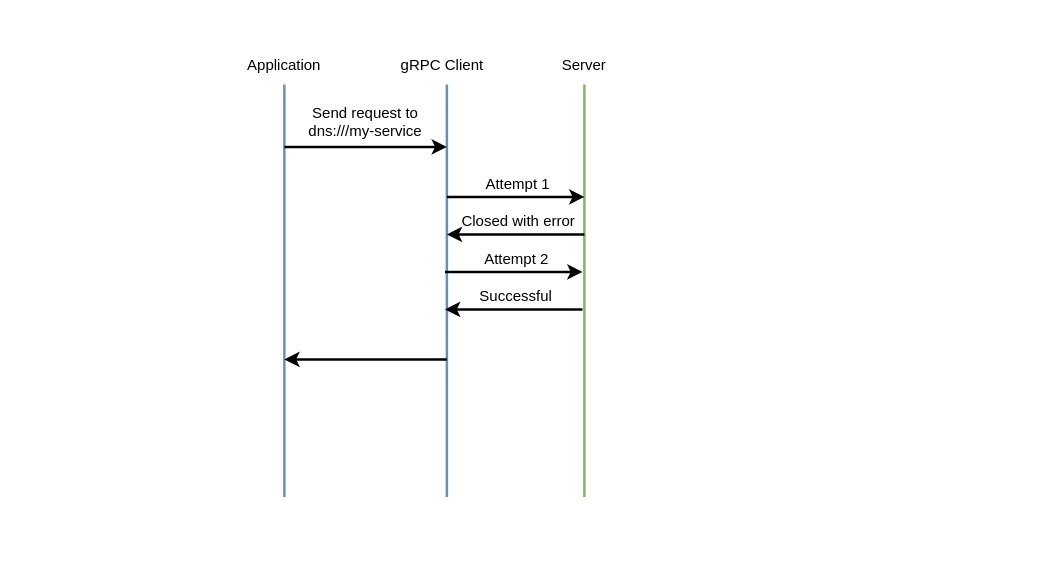
Earlier version of the draw.io diagram Drafts/grpc-retry.drawio (xrysamuel/my-drawio). Source tidied: cells renumbered, new cells numbered last; positions are measured from the earlier drawing's top-left corner, leaving out a move shared by most shapes. Both pictures are drawn from the tidied source at 125%, with x=0, y=0 at pixel (246, 46).
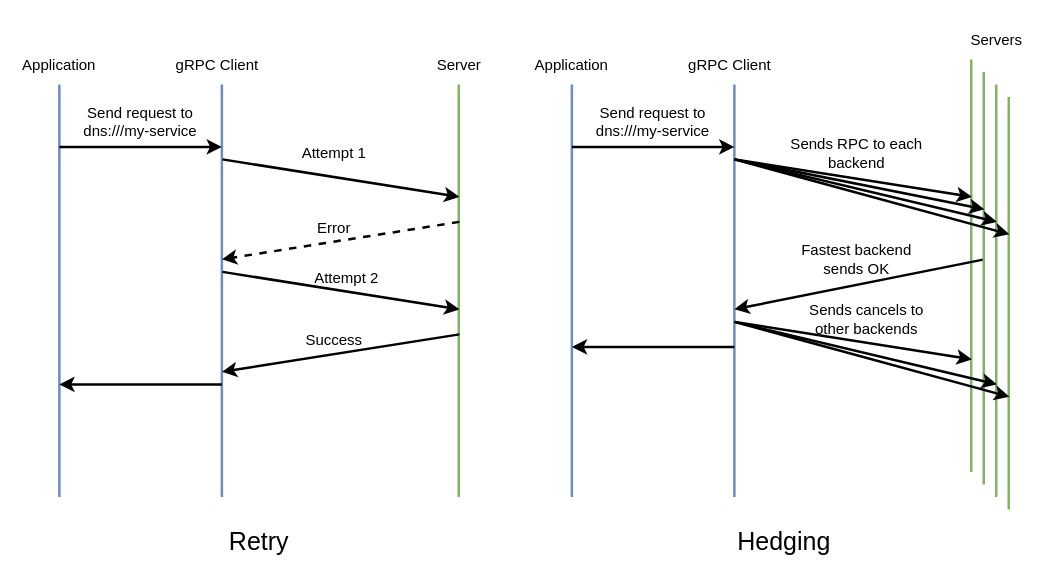
After the change.

The edit, as a diff of the source:
```diff
@@
     <mxCell id="2" style="endArrow=none;html=1;rounded=0;fillColor=#dae8fc;strokeColor=#6c8ebf;strokeWidth=2;" parent="1" edge="1">
       <mxGeometry relative="1" as="geometry">
-        <mxPoint x="160" y="360" as="sourcePoint" />
-        <mxPoint x="160" y="30" as="targetPoint" />
+        <mxPoint x="-20" y="360" as="sourcePoint" />
+        <mxPoint x="-20" y="30" as="targetPoint" />
       </mxGeometry>
     </mxCell>
     <mxCell id="3" style="endArrow=none;html=1;rounded=0;fillColor=#d5e8d4;strokeColor=#82b366;strokeWidth=2;" parent="1" edge="1">
       <mxGeometry relative="1" as="geometry">
-        <mxPoint x="270" y="360" as="sourcePoint" />
-        <mxPoint x="270" y="30" as="targetPoint" />
+        <mxPoint x="169.5" y="360" as="sourcePoint" />
+        <mxPoint x="169.5" y="30" as="targetPoint" />
       </mxGeometry>
     </mxCell>
     <mxCell id="4" style="endArrow=classic;html=1;rounded=0;strokeWidth=2;" parent="1" edge="1">
       <mxGeometry relative="1" as="geometry">
-        <mxPoint x="160" y="120" as="sourcePoint" />
-        <mxPoint x="270" y="120" as="targetPoint" />
+        <mxPoint x="-19.5" y="90" as="sourcePoint" />
+        <mxPoint x="170" y="120" as="targetPoint" />
       </mxGeometry>
     </mxCell>
     <mxCell id="5" value="gRPC Client" style="text;html=1;align=center;verticalAlign=middle;whiteSpace=wrap;rounded=0;strokeWidth=2;" parent="1" vertex="1">
-      <mxGeometry x="110" width="93" height="30" as="geometry" />
+      <mxGeometry x="-70" width="93" height="30" as="geometry" />
     </mxCell>
-    <mxCell id="6" value="Attempt 1" style="text;html=1;align=center;verticalAlign=middle;whiteSpace=wrap;rounded=0;" parent="1" vertex="1">
-      <mxGeometry x="187" y="100" width="60" height="20" as="geometry" />
-    </mxCell>
     <mxCell id="7" value="Server" style="text;html=1;align=center;verticalAlign=middle;whiteSpace=wrap;rounded=0;" parent="1" vertex="1">
-      <mxGeometry x="240" width="60" height="30" as="geometry" />
+      <mxGeometry x="140" width="60" height="30" as="geometry" />
     </mxCell>
     <mxCell id="8" style="endArrow=none;html=1;rounded=0;fillColor=#dae8fc;strokeColor=#6c8ebf;strokeWidth=2;" parent="1" edge="1">
       <mxGeometry relative="1" as="geometry">
-        <mxPoint x="30" y="360" as="sourcePoint" />
-        <mxPoint x="30" y="30" as="targetPoint" />
+        <mxPoint x="-150" y="360" as="sourcePoint" />
+        <mxPoint x="-150" y="30" as="targetPoint" />
       </mxGeometry>
     </mxCell>
     <mxCell id="9" value="Application" style="text;html=1;align=center;verticalAlign=middle;whiteSpace=wrap;rounded=0;strokeWidth=2;" parent="1" vertex="1">
-      <mxGeometry width="60" height="30" as="geometry" />
+      <mxGeometry x="-180" width="60" height="30" as="geometry" />
     </mxCell>
     <mxCell id="10" style="endArrow=classic;html=1;rounded=0;strokeWidth=2;" parent="1" edge="1">
       <mxGeometry relative="1" as="geometry">
-        <mxPoint x="30" y="80" as="sourcePoint" />
-        <mxPoint x="160" y="80" as="targetPoint" />
+        <mxPoint x="-150" y="80" as="sourcePoint" />
+        <mxPoint x="-20" y="80" as="targetPoint" />
       </mxGeometry>
     </mxCell>
-    <mxCell id="11" style="endArrow=classic;html=1;rounded=0;strokeWidth=2;" parent="1" edge="1">
+    <mxCell id="11" style="endArrow=classic;html=1;rounded=0;strokeWidth=2;dashed=1;" parent="1" edge="1">
       <mxGeometry relative="1" as="geometry">
-        <mxPoint x="270" y="150" as="sourcePoint" />
-        <mxPoint x="160" y="150" as="targetPoint" />
+        <mxPoint x="170" y="140" as="sourcePoint" />
+        <mxPoint x="-20" y="170" as="targetPoint" />
       </mxGeometry>
     </mxCell>
-    <mxCell id="12" value="Closed with error" style="text;html=1;align=center;verticalAlign=middle;whiteSpace=wrap;rounded=0;" parent="1" vertex="1">
-      <mxGeometry x="165.5" y="130" width="103" height="20" as="geometry" />
-    </mxCell>
-    <mxCell id="13" style="endArrow=classic;html=1;rounded=0;strokeWidth=2;" parent="1" edge="1">
-      <mxGeometry relative="1" as="geometry">
-        <mxPoint x="158.5" y="180" as="sourcePoint" />
-        <mxPoint x="268.5" y="180" as="targetPoint" />
-      </mxGeometry>
-    </mxCell>
-    <mxCell id="14" value="Attempt 2" style="text;html=1;align=center;verticalAlign=middle;whiteSpace=wrap;rounded=0;" parent="1" vertex="1">
-      <mxGeometry x="185.5" y="160" width="60" height="20" as="geometry" />
-    </mxCell>
-    <mxCell id="15" style="endArrow=classic;html=1;rounded=0;strokeWidth=2;" parent="1" edge="1">
-      <mxGeometry relative="1" as="geometry">
-        <mxPoint x="268.5" y="210" as="sourcePoint" />
-        <mxPoint x="158.5" y="210" as="targetPoint" />
-      </mxGeometry>
-    </mxCell>
-    <mxCell id="16" value="Successful" style="text;html=1;align=center;verticalAlign=middle;whiteSpace=wrap;rounded=0;" parent="1" vertex="1">
-      <mxGeometry x="164" y="190" width="103" height="20" as="geometry" />
-    </mxCell>
     <mxCell id="17" value="Send request to&lt;div&gt;dns:///my-service&lt;/div&gt;" style="text;html=1;align=center;verticalAlign=middle;whiteSpace=wrap;rounded=0;" parent="1" vertex="1">
-      <mxGeometry x="40" y="50" width="110" height="20" as="geometry" />
+      <mxGeometry x="-140" y="50" width="110" height="20" as="geometry" />
     </mxCell>
     <mxCell id="18" style="endArrow=classic;html=1;rounded=0;strokeWidth=2;" parent="1" edge="1">
       <mxGeometry relative="1" as="geometry">
-        <mxPoint x="160" y="250" as="sourcePoint" />
-        <mxPoint x="30" y="250" as="targetPoint" />
+        <mxPoint x="-20" y="270" as="sourcePoint" />
+        <mxPoint x="-150" y="270" as="targetPoint" />
       </mxGeometry>
     </mxCell>
+    <mxCell id="19" style="endArrow=classic;html=1;rounded=0;strokeWidth=2;" parent="1" edge="1">
+      <mxGeometry relative="1" as="geometry">
+        <mxPoint x="-19.5" y="180" as="sourcePoint" />
+        <mxPoint x="170" y="210" as="targetPoint" />
+      </mxGeometry>
+    </mxCell>
+    <mxCell id="20" style="endArrow=classic;html=1;rounded=0;strokeWidth=2;" parent="1" edge="1">
+      <mxGeometry relative="1" as="geometry">
+        <mxPoint x="170" y="230" as="sourcePoint" />
+        <mxPoint x="-20" y="260" as="targetPoint" />
+      </mxGeometry>
+    </mxCell>
+    <mxCell id="6" value="Attempt 1" style="text;html=1;align=center;verticalAlign=middle;whiteSpace=wrap;rounded=0;" parent="1" vertex="1">
+      <mxGeometry x="40" y="70" width="60" height="30" as="geometry" />
+    </mxCell>
+    <mxCell id="21" value="Error" style="text;html=1;align=center;verticalAlign=middle;whiteSpace=wrap;rounded=0;" parent="1" vertex="1">
+      <mxGeometry x="40" y="130" width="60" height="30" as="geometry" />
+    </mxCell>
+    <mxCell id="14" value="Attempt 2" style="text;html=1;align=center;verticalAlign=middle;whiteSpace=wrap;rounded=0;" parent="1" vertex="1">
+      <mxGeometry x="50" y="170" width="60" height="30" as="geometry" />
+    </mxCell>
+    <mxCell id="22" value="Success" style="text;html=1;align=center;verticalAlign=middle;whiteSpace=wrap;rounded=0;" parent="1" vertex="1">
+      <mxGeometry x="40" y="220" width="60" height="30" as="geometry" />
+    </mxCell>
+    <mxCell id="23" style="endArrow=none;html=1;rounded=0;fillColor=#dae8fc;strokeColor=#6c8ebf;strokeWidth=2;" parent="1" edge="1">
+      <mxGeometry relative="1" as="geometry">
+        <mxPoint x="390" y="360" as="sourcePoint" />
+        <mxPoint x="390" y="30" as="targetPoint" />
+      </mxGeometry>
+    </mxCell>
+    <mxCell id="24" style="endArrow=none;html=1;rounded=0;fillColor=#d5e8d4;strokeColor=#82b366;strokeWidth=2;" parent="1" edge="1">
+      <mxGeometry relative="1" as="geometry">
+        <mxPoint x="579.5" y="340" as="sourcePoint" />
+        <mxPoint x="579.5" y="10" as="targetPoint" />
+      </mxGeometry>
+    </mxCell>
+    <mxCell id="25" style="endArrow=classic;html=1;rounded=0;strokeWidth=2;" parent="1" edge="1">
+      <mxGeometry relative="1" as="geometry">
+        <mxPoint x="390.5" y="90" as="sourcePoint" />
+        <mxPoint x="580" y="120" as="targetPoint" />
+      </mxGeometry>
+    </mxCell>
+    <mxCell id="26" value="gRPC Client" style="text;html=1;align=center;verticalAlign=middle;whiteSpace=wrap;rounded=0;strokeWidth=2;" parent="1" vertex="1">
+      <mxGeometry x="340" width="93" height="30" as="geometry" />
+    </mxCell>
+    <mxCell id="27" value="Servers" style="text;html=1;align=center;verticalAlign=middle;whiteSpace=wrap;rounded=0;" parent="1" vertex="1">
+      <mxGeometry x="570" y="-20" width="60" height="30" as="geometry" />
+    </mxCell>
+    <mxCell id="28" style="endArrow=none;html=1;rounded=0;fillColor=#dae8fc;strokeColor=#6c8ebf;strokeWidth=2;" parent="1" edge="1">
+      <mxGeometry relative="1" as="geometry">
+        <mxPoint x="260" y="360" as="sourcePoint" />
+        <mxPoint x="260" y="30" as="targetPoint" />
+      </mxGeometry>
+    </mxCell>
+    <mxCell id="29" value="Application" style="text;html=1;align=center;verticalAlign=middle;whiteSpace=wrap;rounded=0;strokeWidth=2;" parent="1" vertex="1">
+      <mxGeometry x="230" width="60" height="30" as="geometry" />
+    </mxCell>
+    <mxCell id="30" style="endArrow=classic;html=1;rounded=0;strokeWidth=2;" parent="1" edge="1">
+      <mxGeometry relative="1" as="geometry">
+        <mxPoint x="260" y="80" as="sourcePoint" />
+        <mxPoint x="390" y="80" as="targetPoint" />
+      </mxGeometry>
+    </mxCell>
+    <mxCell id="31" value="Send request to&lt;div&gt;dns:///my-service&lt;/div&gt;" style="text;html=1;align=center;verticalAlign=middle;whiteSpace=wrap;rounded=0;" parent="1" vertex="1">
+      <mxGeometry x="270" y="50" width="110" height="20" as="geometry" />
+    </mxCell>
+    <mxCell id="32" style="endArrow=classic;html=1;rounded=0;strokeWidth=2;" parent="1" edge="1">
+      <mxGeometry relative="1" as="geometry">
+        <mxPoint x="390" y="240" as="sourcePoint" />
+        <mxPoint x="260" y="240" as="targetPoint" />
+      </mxGeometry>
+    </mxCell>
+    <mxCell id="33" style="endArrow=classic;html=1;rounded=0;strokeWidth=2;" parent="1" edge="1">
+      <mxGeometry relative="1" as="geometry">
+        <mxPoint x="590" y="170" as="sourcePoint" />
+        <mxPoint x="390" y="210" as="targetPoint" />
+      </mxGeometry>
+    </mxCell>
+    <mxCell id="34" style="endArrow=none;html=1;rounded=0;fillColor=#d5e8d4;strokeColor=#82b366;strokeWidth=2;" parent="1" edge="1">
+      <mxGeometry relative="1" as="geometry">
+        <mxPoint x="589.5" y="350" as="sourcePoint" />
+        <mxPoint x="589.5" y="20" as="targetPoint" />
+      </mxGeometry>
+    </mxCell>
+    <mxCell id="35" style="endArrow=none;html=1;rounded=0;fillColor=#d5e8d4;strokeColor=#82b366;strokeWidth=2;" parent="1" edge="1">
+      <mxGeometry relative="1" as="geometry">
+        <mxPoint x="599.5" y="360" as="sourcePoint" />
+        <mxPoint x="599.5" y="30" as="targetPoint" />
+      </mxGeometry>
+    </mxCell>
+    <mxCell id="36" style="endArrow=none;html=1;rounded=0;fillColor=#d5e8d4;strokeColor=#82b366;strokeWidth=2;" parent="1" edge="1">
+      <mxGeometry relative="1" as="geometry">
+        <mxPoint x="609.5" y="370" as="sourcePoint" />
+        <mxPoint x="609.5" y="40" as="targetPoint" />
+      </mxGeometry>
+    </mxCell>
+    <mxCell id="37" style="endArrow=classic;html=1;rounded=0;strokeWidth=2;" parent="1" edge="1">
+      <mxGeometry relative="1" as="geometry">
+        <mxPoint x="390" y="90" as="sourcePoint" />
+        <mxPoint x="590" y="130" as="targetPoint" />
+      </mxGeometry>
+    </mxCell>
+    <mxCell id="38" style="endArrow=classic;html=1;rounded=0;strokeWidth=2;" parent="1" edge="1">
+      <mxGeometry relative="1" as="geometry">
+        <mxPoint x="390" y="90" as="sourcePoint" />
+        <mxPoint x="600" y="140" as="targetPoint" />
+      </mxGeometry>
+    </mxCell>
+    <mxCell id="39" style="endArrow=classic;html=1;rounded=0;strokeWidth=2;" parent="1" edge="1">
+      <mxGeometry relative="1" as="geometry">
+        <mxPoint x="390" y="90" as="sourcePoint" />
+        <mxPoint x="610" y="150" as="targetPoint" />
+      </mxGeometry>
+    </mxCell>
+    <mxCell id="40" style="endArrow=classic;html=1;rounded=0;strokeWidth=2;" parent="1" edge="1">
+      <mxGeometry relative="1" as="geometry">
+        <mxPoint x="390.5" y="220" as="sourcePoint" />
+        <mxPoint x="580" y="250" as="targetPoint" />
+      </mxGeometry>
+    </mxCell>
+    <mxCell id="41" style="endArrow=classic;html=1;rounded=0;strokeWidth=2;" parent="1" edge="1">
+      <mxGeometry relative="1" as="geometry">
+        <mxPoint x="390" y="220" as="sourcePoint" />
+        <mxPoint x="600" y="270" as="targetPoint" />
+      </mxGeometry>
+    </mxCell>
+    <mxCell id="42" style="endArrow=classic;html=1;rounded=0;strokeWidth=2;" parent="1" edge="1">
+      <mxGeometry relative="1" as="geometry">
+        <mxPoint x="390" y="220" as="sourcePoint" />
+        <mxPoint x="610" y="280" as="targetPoint" />
+      </mxGeometry>
+    </mxCell>
+    <mxCell id="43" value="Sends RPC to each backend" style="text;html=1;align=center;verticalAlign=middle;whiteSpace=wrap;rounded=0;" parent="1" vertex="1">
+      <mxGeometry x="433" y="75" width="110" height="20" as="geometry" />
+    </mxCell>
+    <mxCell id="44" value="Fastest backend sends OK" style="text;html=1;align=center;verticalAlign=middle;whiteSpace=wrap;rounded=0;" parent="1" vertex="1">
+      <mxGeometry x="433" y="160" width="110" height="20" as="geometry" />
+    </mxCell>
+    <mxCell id="45" value="Sends cancels to other backends" style="text;html=1;align=center;verticalAlign=middle;whiteSpace=wrap;rounded=0;" parent="1" vertex="1">
+      <mxGeometry x="441" y="208" width="110" height="20" as="geometry" />
+    </mxCell>
+    <mxCell id="46" value="Retry" style="text;html=1;align=center;verticalAlign=middle;whiteSpace=wrap;rounded=0;fontSize=20;" parent="1" vertex="1">
+      <mxGeometry x="-50" y="380" width="120" height="30" as="geometry" />
+    </mxCell>
+    <mxCell id="47" value="Hedging" style="text;html=1;align=center;verticalAlign=middle;whiteSpace=wrap;rounded=0;fontSize=20;" parent="1" vertex="1">
+      <mxGeometry x="370" y="380" width="120" height="30" as="geometry" />
+    </mxCell>
```
